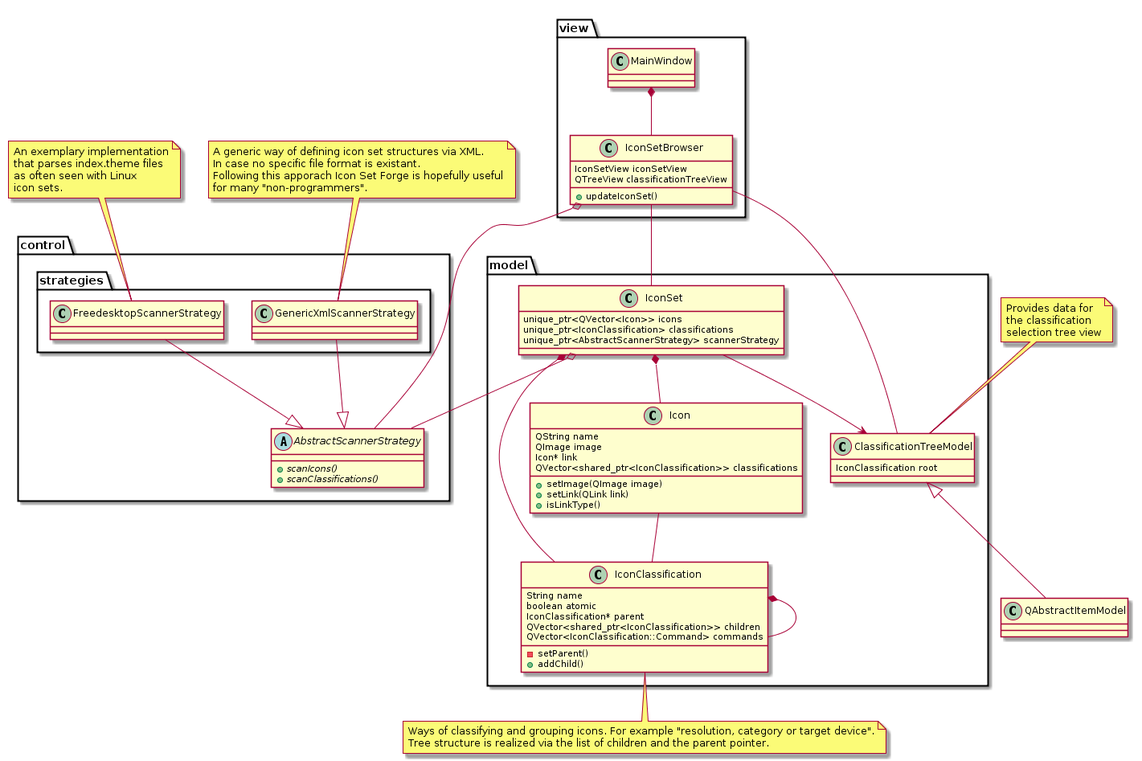
Earlier version of the PlantUML export Concept/UML/classes.png (Manuel-Kehl/Icon-Set-Forge). The source it was exported from:
```plantuml
@startuml

package control {
	abstract class AbstractScannerStrategy {
		+ {abstract} scanIcons()
		+ {abstract} scanClassifications()
	}
	package strategies {
		class FreedesktopScannerStrategy --|> AbstractScannerStrategy
		class GenericXmlScannerStrategy --|> AbstractScannerStrategy
	}
}

package view {
	class IconSetBrowser {
		IconSetView iconSetView
		QTreeView	classificationTreeView
		+ updateIconSet()
	}

	class MainWindow {
	}
}

package model {
	class IconClassification {
		String name
		boolean atomic
		IconClassification* parent
		QVector<shared_ptr<IconClassification>> children
		QVector<IconClassification::Command> commands
		- setParent()
		+ addChild()
	}

	class IconSet {
		unique_ptr<QVector<Icon>> icons
		unique_ptr<IconClassification> classifications
		unique_ptr<AbstractScannerStrategy> scannerStrategy
	}

	class Icon {
		QString name
		QImage image
		Icon* link
		QVector<shared_ptr<IconClassification>> classifications
		+setImage(QImage image)
		+setLink(QLink link)
		+isLinkType()
	}

	class ClassificationTreeModel {
		IconClassification root
	}
}

ClassificationTreeModel <|- QAbstractItemModel
IconSetBrowser o-- AbstractScannerStrategy
Icon -- IconClassification
IconSet *-- Icon
IconSet *-- IconClassification
IconSet o- AbstractScannerStrategy
IconSet --> ClassificationTreeModel
IconClassification *-- IconClassification
MainWindow *-- IconSetBrowser
IconSetBrowser -- IconSet
IconSetBrowser -- ClassificationTreeModel

note bottom of IconClassification: Ways of classifying and grouping icons. For example "resolution, category or target device".\nTree structure is realized via the list of children and the parent pointer.

note top of FreedesktopScannerStrategy: An exemplary implementation\nthat parses index.theme files\nas often seen with Linux\nicon sets.

note top of GenericXmlScannerStrategy: A generic way of defining icon set structures via XML.\nIn case no specific file format is existant.\nFollowing this apporach Icon Set Forge is hopefully useful\nfor many "non-programmers".

note top of ClassificationTreeModel: Provides data for\nthe classification\nselection tree view

@enduml
```
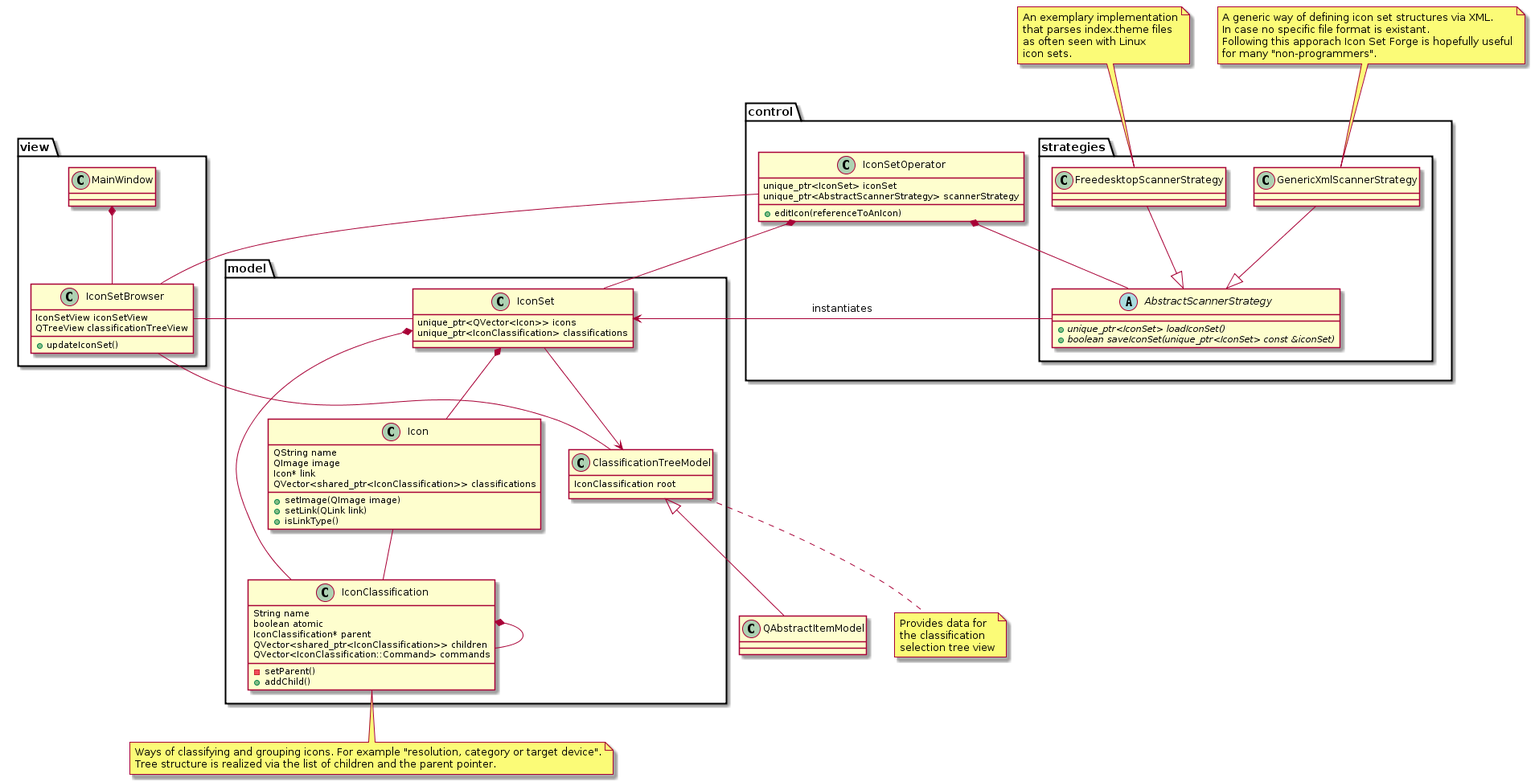
The same diagram one commit later.

Change to the diagram source:
```diff
@@ -1,11 +1,17 @@
 @startuml
 
 package control {
-	abstract class AbstractScannerStrategy {
-		+ {abstract} scanIcons()
-		+ {abstract} scanClassifications()
+	class IconSetOperator {
+		unique_ptr<IconSet> iconSet
+		unique_ptr<AbstractScannerStrategy> scannerStrategy
+		+editIcon(referenceToAnIcon)
 	}
+
 	package strategies {
+		abstract class AbstractScannerStrategy {
+			+ {abstract} unique_ptr<IconSet> loadIconSet()
+			+ {abstract} boolean saveIconSet(unique_ptr<IconSet> const &iconSet)
+		}
 		class FreedesktopScannerStrategy --|> AbstractScannerStrategy
 		class GenericXmlScannerStrategy --|> AbstractScannerStrategy
 	}
@@ -36,7 +42,6 @@
 	class IconSet {
 		unique_ptr<QVector<Icon>> icons
 		unique_ptr<IconClassification> classifications
-		unique_ptr<AbstractScannerStrategy> scannerStrategy
 	}
 
 	class Icon {
@@ -55,16 +60,18 @@
 }
 
 ClassificationTreeModel <|- QAbstractItemModel
-IconSetBrowser o-- AbstractScannerStrategy
 Icon -- IconClassification
 IconSet *-- Icon
 IconSet *-- IconClassification
-IconSet o- AbstractScannerStrategy
+IconSet <-- AbstractScannerStrategy : instantiates
 IconSet --> ClassificationTreeModel
 IconClassification *-- IconClassification
 MainWindow *-- IconSetBrowser
 IconSetBrowser -- IconSet
 IconSetBrowser -- ClassificationTreeModel
+IconSetOperator *-- IconSet
+IconSetOperator *-- AbstractScannerStrategy
+IconSetOperator -- IconSetBrowser
 
 note bottom of IconClassification: Ways of classifying and grouping icons. For example "resolution, category or target device".\nTree structure is realized via the list of children and the parent pointer.
 
@@ -72,6 +79,6 @@
 
 note top of GenericXmlScannerStrategy: A generic way of defining icon set structures via XML.\nIn case no specific file format is existant.\nFollowing this apporach Icon Set Forge is hopefully useful\nfor many "non-programmers".
 
-note top of ClassificationTreeModel: Provides data for\nthe classification\nselection tree view
+note right of ClassificationTreeModel: Provides data for\nthe classification\nselection tree view
 
 @enduml
```
